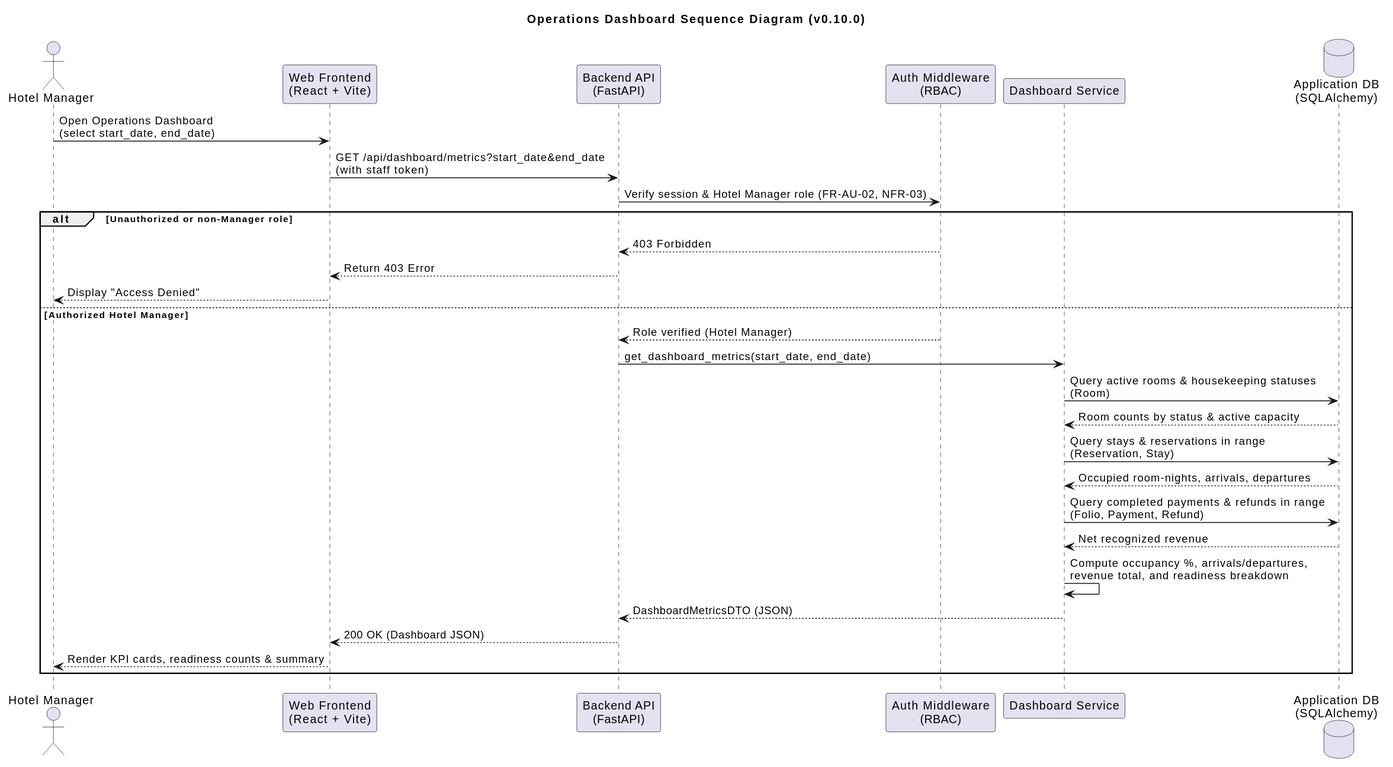
The PlantUML diagram uml/rendered/seq_dashboard.svg in moh05-a/Hotel-Reservation-System, before a commit.
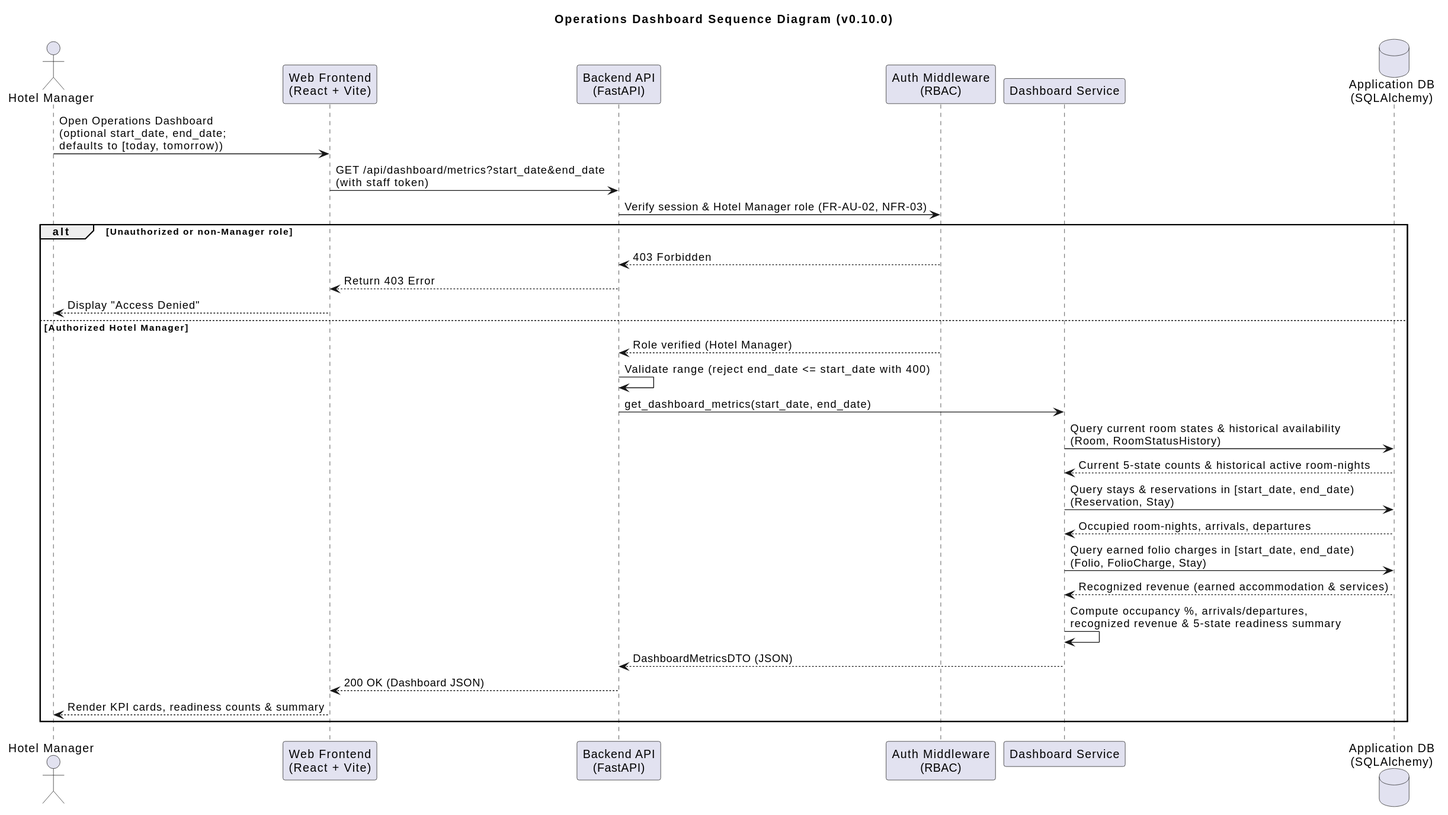
After the commit.

Change to the diagram source:
```diff
@@ -8,7 +8,7 @@
 participant "Dashboard Service" as Service
 database "Application DB\n(SQLAlchemy)" as DB
 
-Manager -> UI : Open Operations Dashboard\n(select start_date, end_date)
+Manager -> UI : Open Operations Dashboard\n(optional start_date, end_date;\ndefaults to [today, tomorrow))
 UI -> API : GET /api/dashboard/metrics?start_date&end_date\n(with staff token)
 API -> Auth : Verify session & Hotel Manager role (FR-AU-02, NFR-03)
 
@@ -18,18 +18,19 @@
   UI --> Manager : Display "Access Denied"
 else Authorized Hotel Manager
   Auth --> API : Role verified (Hotel Manager)
+  API -> API : Validate range (reject end_date <= start_date with 400)
   API -> Service : get_dashboard_metrics(start_date, end_date)
 
-  Service -> DB : Query active rooms & housekeeping statuses\n(Room)
-  DB --> Service : Room counts by status & active capacity
+  Service -> DB : Query current room states & historical availability\n(Room, RoomStatusHistory)
+  DB --> Service : Current 5-state counts & historical active room-nights
 
-  Service -> DB : Query stays & reservations in range\n(Reservation, Stay)
+  Service -> DB : Query stays & reservations in [start_date, end_date)\n(Reservation, Stay)
   DB --> Service : Occupied room-nights, arrivals, departures
 
-  Service -> DB : Query completed payments & refunds in range\n(Folio, Payment, Refund)
-  DB --> Service : Net recognized revenue
+  Service -> DB : Query earned folio charges in [start_date, end_date)\n(Folio, FolioCharge, Stay)
+  DB --> Service : Recognized revenue (earned accommodation & services)
 
-  Service -> Service : Compute occupancy %, arrivals/departures,\nrevenue total, and readiness breakdown
+  Service -> Service : Compute occupancy %, arrivals/departures,\nrecognized revenue & 5-state readiness summary
   Service --> API : DashboardMetricsDTO (JSON)
   API --> UI : 200 OK (Dashboard JSON)
   UI --> Manager : Render KPI cards, readiness counts & summary
```
